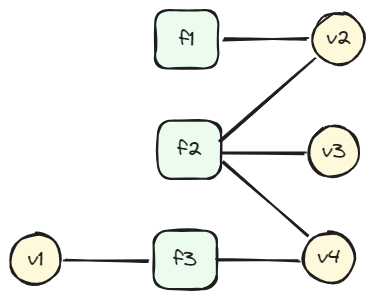
Earlier version of the Excalidraw export diplom/assets/math/discrete/factor_graph.excalidraw.png (NMashalov/EducationGenerativeModelApplication). Source tidied: one line per element, renumbered; positions are measured from the earlier drawing's top-left corner, leaving out a move shared by most shapes.
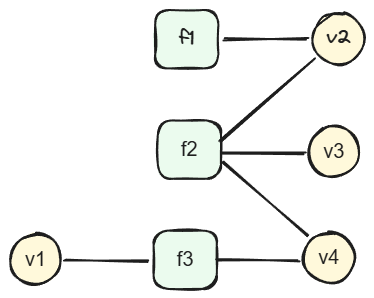
The same file after the commit.

What changed in the source:
```diff
@@ -1,20 +1,20 @@
 {"id": 0, "type": "rectangle", "strokeColor": "#1e1e1e", "backgroundColor": "#ebfbee", "fillStyle": "solid", "strokeWidth": 2, "roughness": 1, "round": true, "x": 148, "y": 110, "width": 63, "height": 58}
-{"id": 1, "type": "text", "text": "f2", "strokeColor": "#1e1e1e", "strokeWidth": 2, "roughness": 1, "fontSize": 20, "fontFamily": 1, "textAlign": "center", "verticalAlign": "middle", "inside": 0, "x": 167, "y": 127, "width": 24, "height": 25}
+{"id": 1, "type": "text", "text": "f2", "strokeColor": "#1e1e1e", "strokeWidth": 2, "roughness": 1, "fontSize": 20, "fontFamily": 2, "textAlign": "center", "verticalAlign": "middle", "inside": 0, "x": 171, "y": 128, "width": 17, "height": 23}
 {"id": 2, "type": "rectangle", "strokeColor": "#1e1e1e", "backgroundColor": "#ebfbee", "fillStyle": "solid", "strokeWidth": 2, "roughness": 1, "round": true, "x": 145, "y": 0, "width": 63, "height": 58}
 {"id": 3, "type": "text", "text": "f1", "strokeColor": "#1e1e1e", "strokeWidth": 2, "roughness": 1, "fontSize": 20, "fontFamily": 1, "textAlign": "center", "verticalAlign": "middle", "inside": 2, "x": 169, "y": 17, "width": 15, "height": 25}
 {"id": 4, "type": "rectangle", "strokeColor": "#1e1e1e", "backgroundColor": "#ebfbee", "fillStyle": "solid", "strokeWidth": 2, "roughness": 1, "round": true, "x": 144, "y": 221, "width": 63, "height": 58}
-{"id": 5, "type": "text", "text": "f3", "strokeColor": "#1e1e1e", "strokeWidth": 2, "roughness": 1, "fontSize": 20, "fontFamily": 1, "textAlign": "center", "verticalAlign": "middle", "inside": 4, "x": 164, "y": 237, "width": 23, "height": 25}
+{"id": 5, "type": "text", "text": "f3", "strokeColor": "#1e1e1e", "strokeWidth": 2, "roughness": 1, "fontSize": 20, "fontFamily": 2, "textAlign": "center", "verticalAlign": "middle", "inside": 4, "x": 167, "y": 238, "width": 17, "height": 23}
 {"id": 6, "type": "line", "strokeColor": "#1e1e1e", "backgroundColor": "#ebfbee", "fillStyle": "solid", "strokeWidth": 2, "roughness": 1, "round": true, "x": 214, "y": 29, "width": 82, "height": 0, "points": [[0, 0], [82, 0]]}
 {"id": 7, "type": "ellipse", "strokeColor": "#1e1e1e", "backgroundColor": "#fff9db", "fillStyle": "solid", "strokeWidth": 2, "roughness": 1, "round": true, "x": 303, "y": 3, "width": 51, "height": 51}
 {"id": 8, "type": "text", "text": "v2", "strokeColor": "#1e1e1e", "strokeWidth": 2, "roughness": 1, "fontSize": 20, "fontFamily": 1, "textAlign": "center", "verticalAlign": "middle", "inside": 7, "x": 316, "y": 16, "width": 25, "height": 25}
 {"id": 9, "type": "ellipse", "strokeColor": "#1e1e1e", "backgroundColor": "#fff9db", "fillStyle": "solid", "strokeWidth": 2, "roughness": 1, "round": true, "x": 298, "y": 116, "width": 51, "height": 51}
-{"id": 10, "type": "text", "text": "v3", "strokeColor": "#1e1e1e", "strokeWidth": 2, "roughness": 1, "fontSize": 20, "fontFamily": 1, "textAlign": "center", "verticalAlign": "middle", "inside": 9, "x": 312, "y": 129, "width": 24, "height": 25}
+{"id": 10, "type": "text", "text": "v3", "strokeColor": "#1e1e1e", "strokeWidth": 2, "roughness": 1, "fontSize": 20, "fontFamily": 2, "textAlign": "center", "verticalAlign": "middle", "inside": 9, "x": 313, "y": 130, "width": 21, "height": 23}
 {"id": 11, "type": "ellipse", "strokeColor": "#1e1e1e", "backgroundColor": "#fff9db", "fillStyle": "solid", "strokeWidth": 2, "roughness": 1, "round": true, "x": 293, "y": 222, "width": 51, "height": 51}
-{"id": 12, "type": "text", "text": "v4", "strokeColor": "#1e1e1e", "strokeWidth": 2, "roughness": 1, "fontSize": 20, "fontFamily": 1, "textAlign": "center", "verticalAlign": "middle", "inside": 11, "x": 307, "y": 235, "width": 23, "height": 25}
+{"id": 12, "type": "text", "text": "v4", "strokeColor": "#1e1e1e", "strokeWidth": 2, "roughness": 1, "fontSize": 20, "fontFamily": 2, "textAlign": "center", "verticalAlign": "middle", "inside": 11, "x": 308, "y": 236, "width": 21, "height": 23}
 {"id": 13, "type": "line", "strokeColor": "#1e1e1e", "backgroundColor": "#ebfbee", "fillStyle": "solid", "strokeWidth": 2, "roughness": 1, "round": true, "x": 212, "y": 144, "width": 82, "height": 0, "points": [[0, 0], [82, 0]]}
 {"id": 14, "type": "line", "strokeColor": "#1e1e1e", "backgroundColor": "#ebfbee", "fillStyle": "solid", "strokeWidth": 2, "roughness": 1, "round": true, "x": 206, "y": 251, "width": 82, "height": 0, "points": [[0, 0], [82, 0]]}
 {"id": 15, "type": "line", "strokeColor": "#1e1e1e", "backgroundColor": "#ebfbee", "fillStyle": "solid", "strokeWidth": 2, "roughness": 1, "round": true, "x": 55, "y": 250, "width": 82, "height": 0, "points": [[0, 0], [82, 0]]}
 {"id": 16, "type": "ellipse", "strokeColor": "#1e1e1e", "backgroundColor": "#fff9db", "fillStyle": "solid", "strokeWidth": 2, "roughness": 1, "round": true, "x": 0, "y": 224, "width": 51, "height": 51}
-{"id": 17, "type": "text", "text": "v1", "strokeColor": "#1e1e1e", "strokeWidth": 2, "roughness": 1, "fontSize": 20, "fontFamily": 1, "textAlign": "center", "verticalAlign": "middle", "inside": 16, "x": 18, "y": 237, "width": 16, "height": 25}
+{"id": 17, "type": "text", "text": "v1", "strokeColor": "#1e1e1e", "strokeWidth": 2, "roughness": 1, "fontSize": 20, "fontFamily": 2, "textAlign": "center", "verticalAlign": "middle", "inside": 16, "x": 15, "y": 238, "width": 21, "height": 23}
 {"id": 18, "type": "line", "strokeColor": "#1e1e1e", "backgroundColor": "#ebfbee", "fillStyle": "solid", "strokeWidth": 2, "roughness": 1, "round": true, "x": 212, "y": 151, "width": 86, "height": 75, "points": [[0, 0], [86, 75]]}
 {"id": 19, "type": "line", "strokeColor": "#1e1e1e", "backgroundColor": "#ebfbee", "fillStyle": "solid", "strokeWidth": 2, "roughness": 1, "round": true, "x": 211, "y": 132, "width": 94, "height": 82, "points": [[0, 0], [94, -82]]}
```
